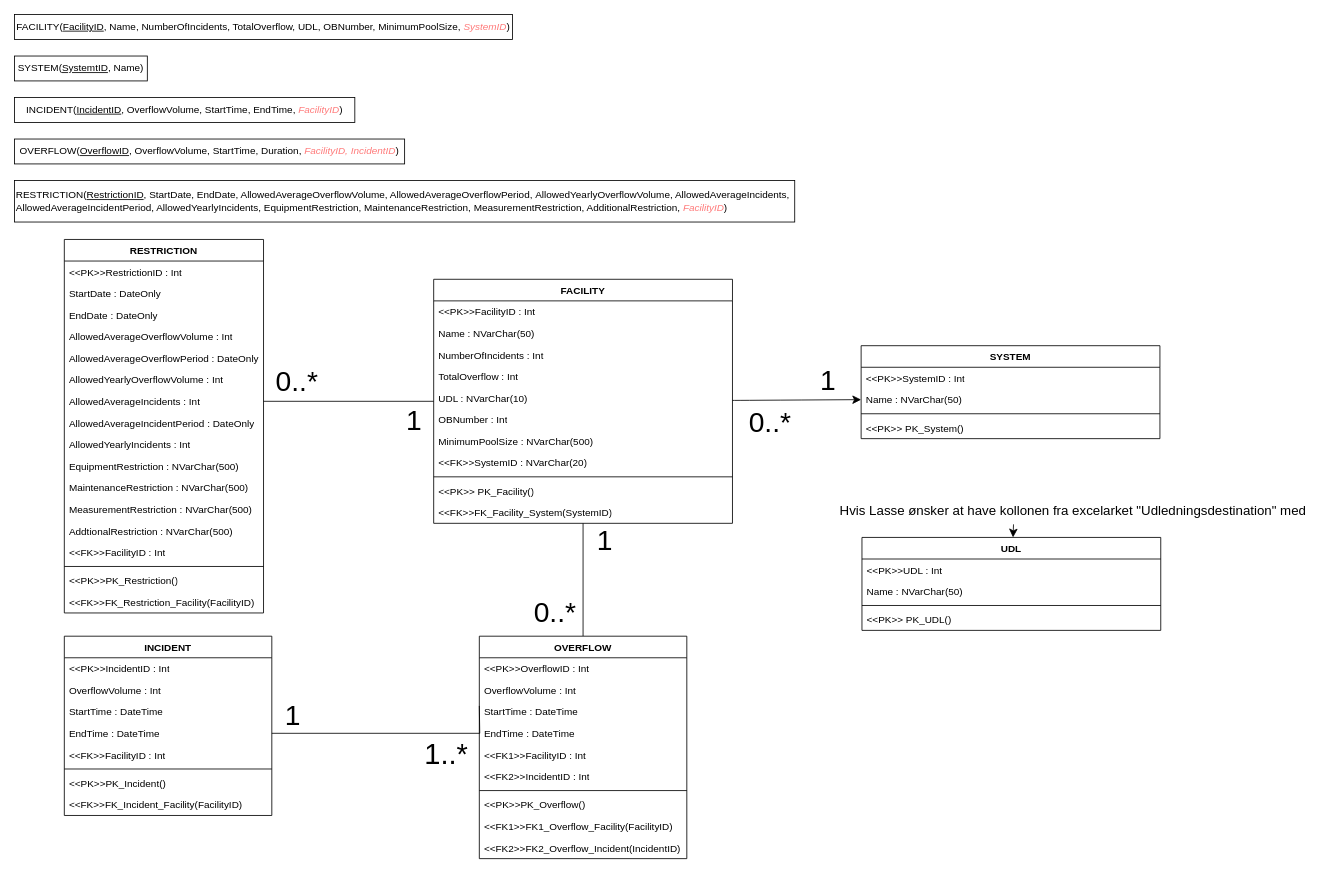
Above: Relationsskemaer_og_ERDiagram.drawio in DScharla/T14 (draw.io), before the change. Source tidied: cells renumbered, new cells numbered last; positions are measured from the earlier drawing's top-left corner, leaving out a move shared by most shapes. Both pictures are drawn from the tidied source at 83%, with x=0, y=0 at pixel (14, 14).
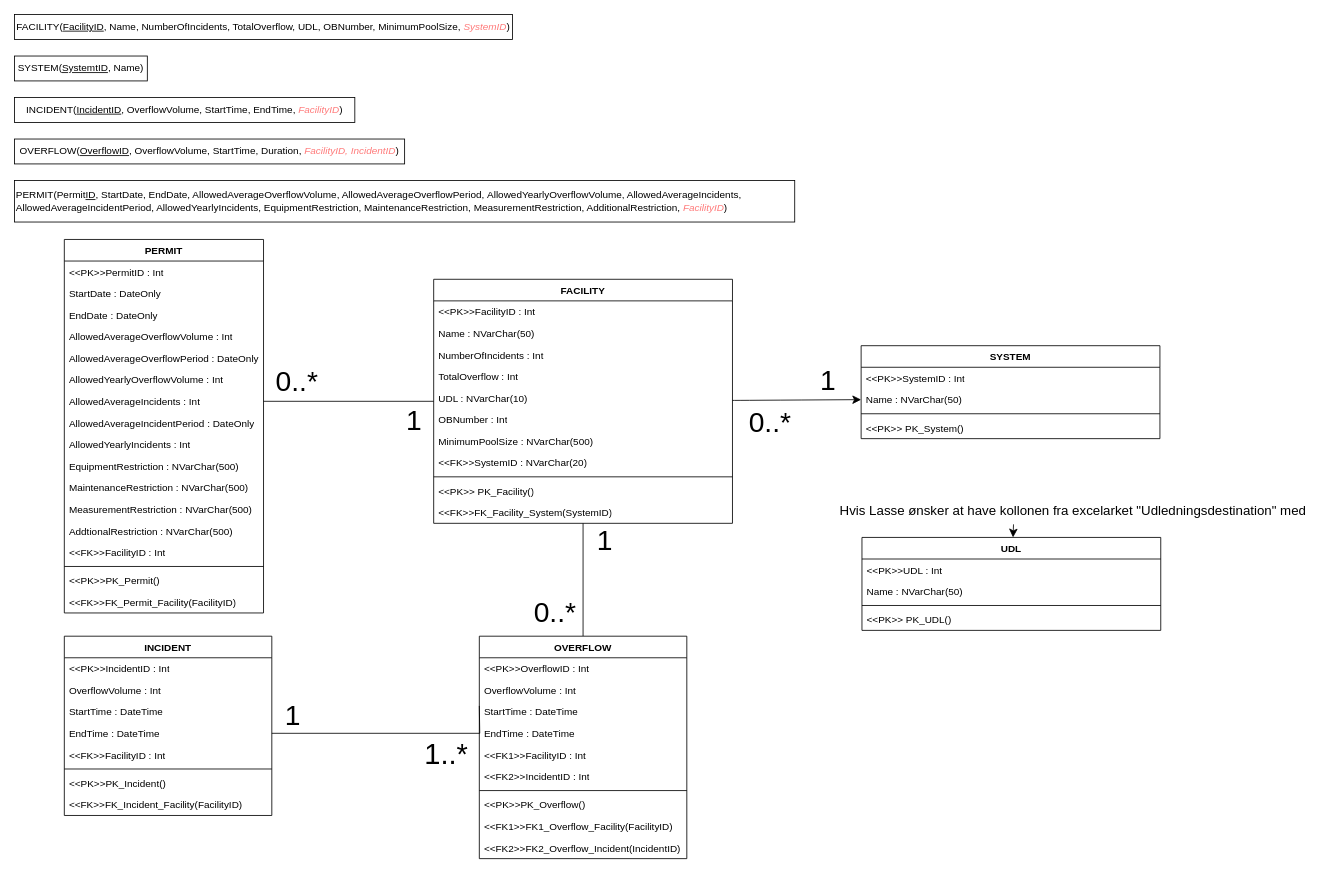
The same page after the edit.

Commit message (it also covers changes not shown here):
Opdateret ER og DCD med Permit frem for Restriction. Tilføjet ID'er på Incident, Overflow og Permit

The edit, as a diff of the source:
```diff
@@
-    <mxCell id="5" value="RESTRICTION(&lt;u&gt;RestrictionID&lt;/u&gt;, StartDate, EndDate, AllowedAverageOverflowVolume, AllowedAverageOverflowPeriod,&amp;nbsp;AllowedYearlyOverflowVolume, AllowedAverageIncidents, AllowedAverageIncidentPeriod, AllowedYearlyIncidents, EquipmentRestriction, MaintenanceRestriction, MeasurementRestriction, AdditionalRestriction, &lt;i&gt;&lt;font color=&quot;#ff7a7a&quot;&gt;FacilityID&lt;/font&gt;&lt;/i&gt;)" style="rounded=0;whiteSpace=wrap;html=1;align=left;" parent="1" vertex="1">
+    <mxCell id="5" value="PERMIT(Permit&lt;u&gt;ID&lt;/u&gt;, StartDate, EndDate, AllowedAverageOverflowVolume, AllowedAverageOverflowPeriod,&amp;nbsp;AllowedYearlyOverflowVolume, AllowedAverageIncidents, AllowedAverageIncidentPeriod, AllowedYearlyIncidents, EquipmentRestriction, MaintenanceRestriction, MeasurementRestriction, AdditionalRestriction, &lt;i&gt;&lt;font color=&quot;#ff7a7a&quot;&gt;FacilityID&lt;/font&gt;&lt;/i&gt;)" style="rounded=0;whiteSpace=wrap;html=1;align=left;" parent="1" vertex="1">
       <mxGeometry y="200" width="940" height="50" as="geometry" />
     </mxCell>
@@
-    <mxCell id="36" value="RESTRICTION" style="swimlane;fontStyle=1;align=center;verticalAlign=top;horizontal=1;startSize=26;whiteSpace=wrap;html=1;" parent="1" vertex="1">
+    <mxCell id="36" value="PERMIT" style="swimlane;fontStyle=1;align=center;verticalAlign=top;horizontal=1;startSize=26;whiteSpace=wrap;html=1;" parent="1" vertex="1">
       <mxGeometry x="60" y="271" width="240" height="450" as="geometry" />
     </mxCell>
-    <mxCell id="37" value="&amp;lt;&amp;lt;PK&amp;gt;&amp;gt;RestrictionID : Int" style="text;strokeColor=none;fillColor=none;align=left;verticalAlign=top;spacingLeft=4;spacingRight=4;overflow=hidden;whiteSpace=wrap;html=1;" parent="36" vertex="1">
+    <mxCell id="37" value="&amp;lt;&amp;lt;PK&amp;gt;&amp;gt;PermitID : Int" style="text;strokeColor=none;fillColor=none;align=left;verticalAlign=top;spacingLeft=4;spacingRight=4;overflow=hidden;whiteSpace=wrap;html=1;" parent="36" vertex="1">
       <mxGeometry y="26" width="240" height="26" as="geometry" />
     </mxCell>
@@
-    <mxCell id="52" value="&amp;lt;&amp;lt;PK&amp;gt;&amp;gt;PK_Restriction()" style="text;strokeColor=none;fillColor=none;align=left;verticalAlign=top;spacingLeft=4;spacingRight=4;overflow=hidden;whiteSpace=wrap;html=1;" parent="36" vertex="1">
+    <mxCell id="52" value="&amp;lt;&amp;lt;PK&amp;gt;&amp;gt;PK_Permit()" style="text;strokeColor=none;fillColor=none;align=left;verticalAlign=top;spacingLeft=4;spacingRight=4;overflow=hidden;whiteSpace=wrap;html=1;" parent="36" vertex="1">
       <mxGeometry y="398" width="240" height="26" as="geometry" />
     </mxCell>
-    <mxCell id="53" value="&amp;lt;&amp;lt;FK&amp;gt;&amp;gt;FK_Restriction_Facility(FacilityID)" style="text;strokeColor=none;fillColor=none;align=left;verticalAlign=top;spacingLeft=4;spacingRight=4;overflow=hidden;whiteSpace=wrap;html=1;" parent="36" vertex="1">
+    <mxCell id="53" value="&amp;lt;&amp;lt;FK&amp;gt;&amp;gt;FK_Permit_Facility(FacilityID)" style="text;strokeColor=none;fillColor=none;align=left;verticalAlign=top;spacingLeft=4;spacingRight=4;overflow=hidden;whiteSpace=wrap;html=1;" parent="36" vertex="1">
       <mxGeometry y="424" width="240" height="26" as="geometry" />
     </mxCell>
```
